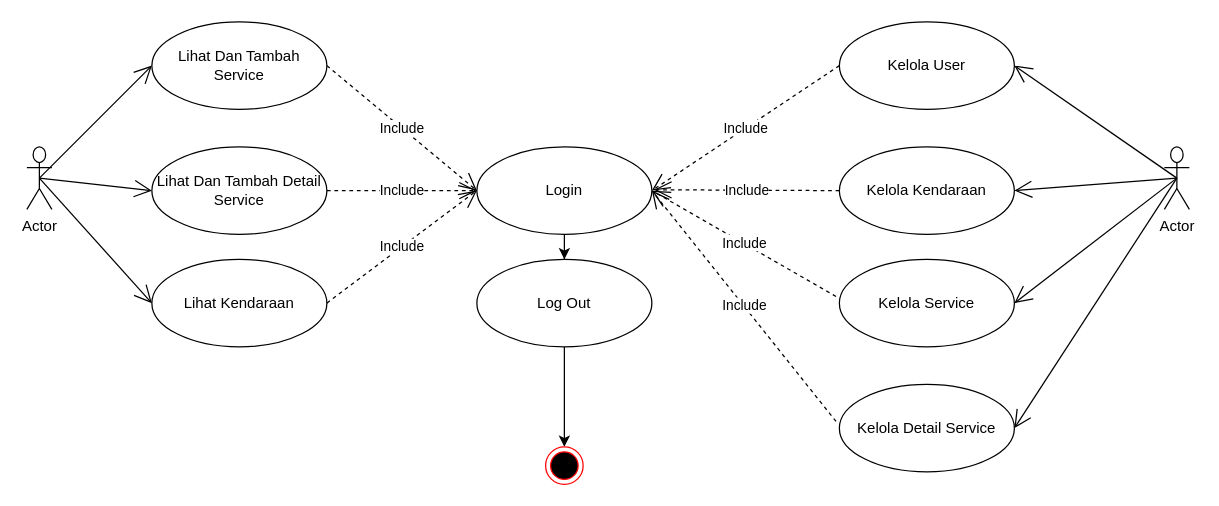
The draw.io diagram usecase.drawio in faisalekasyahputra/faisalekasyahputra, before the edit. Source tidied: cells renumbered, new cells numbered last; positions are measured from the earlier drawing's top-left corner, leaving out a move shared by most shapes. Both pictures are drawn from the tidied source at 125%, with x=0, y=0 at pixel (26, 21).
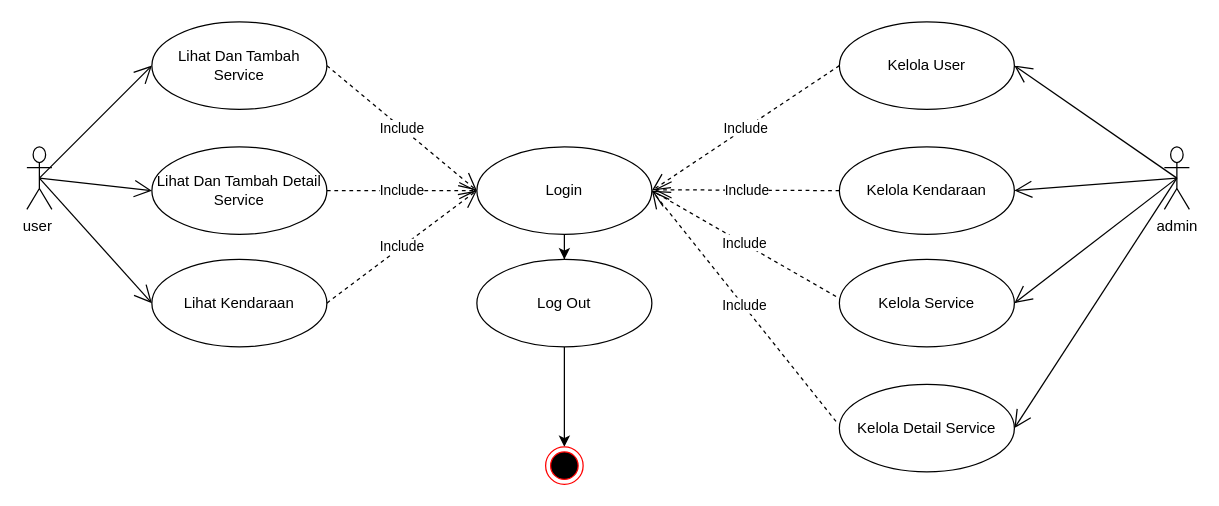
The same diagram, later.

The edit, as a diff of the source:
```diff
@@
-    <mxCell id="3" value="Actor" style="shape=umlActor;verticalLabelPosition=bottom;verticalAlign=top;html=1;" parent="1" vertex="1">
+    <mxCell id="3" value="user&amp;nbsp;" style="shape=umlActor;verticalLabelPosition=bottom;verticalAlign=top;html=1;" parent="1" vertex="1">
       <mxGeometry y="100" width="20" height="50" as="geometry" />
     </mxCell>
@@
-    <mxCell id="15" value="Actor" style="shape=umlActor;verticalLabelPosition=bottom;verticalAlign=top;html=1;flipH=0;flipV=0;" parent="1" vertex="1">
+    <mxCell id="15" value="admin" style="shape=umlActor;verticalLabelPosition=bottom;verticalAlign=top;html=1;flipH=0;flipV=0;" parent="1" vertex="1">
       <mxGeometry x="910" y="100" width="20" height="50" as="geometry" />
     </mxCell>
```
